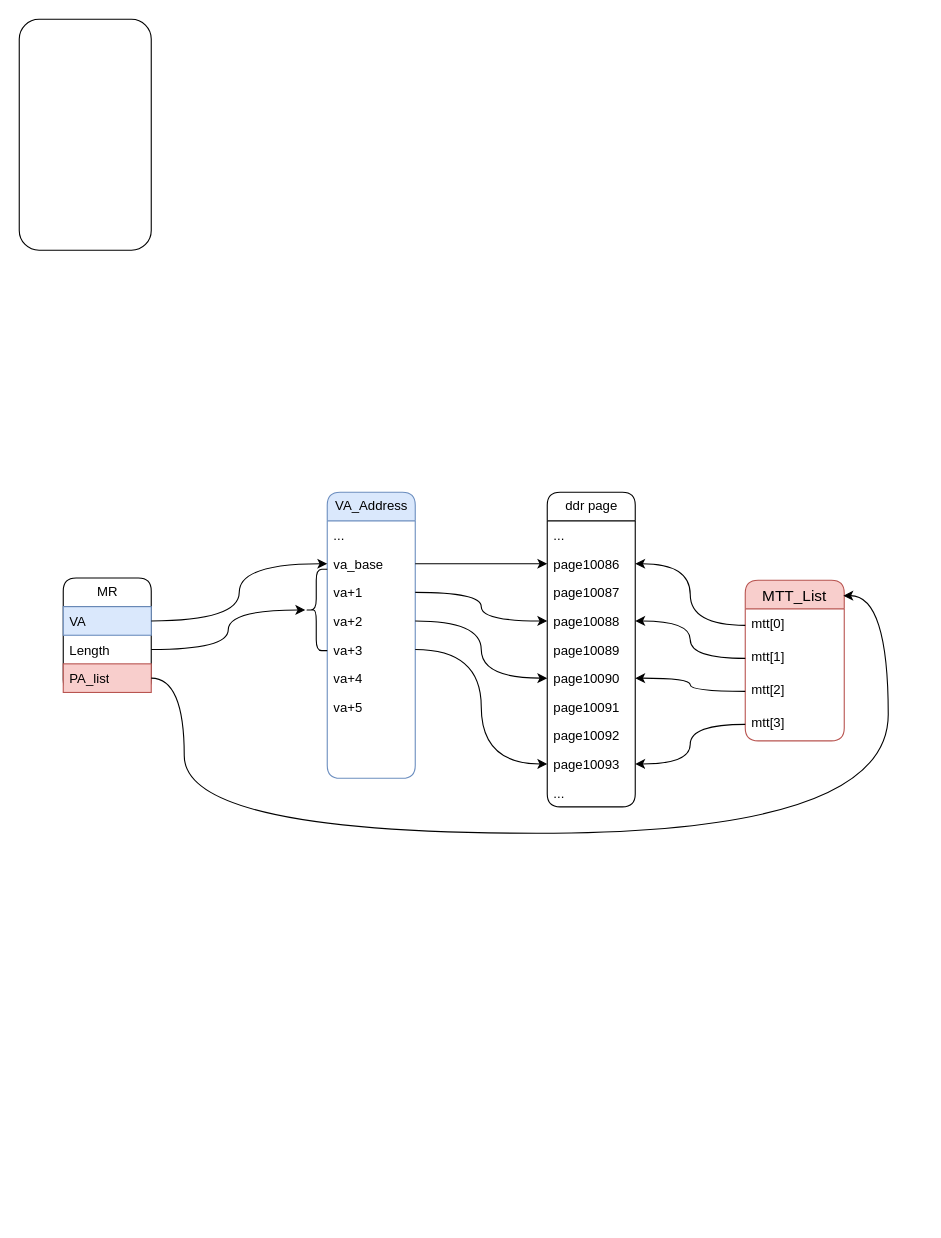
Earlier version of the draw.io diagram RDMA.drawio (raykwok1150/draw.io). Source tidied: cells renumbered, new cells numbered last; positions are measured from the earlier drawing's top-left corner, leaving out a move shared by most shapes. Both pictures are drawn from the tidied source at 110%, with x=0, y=0 at pixel (19, 19).
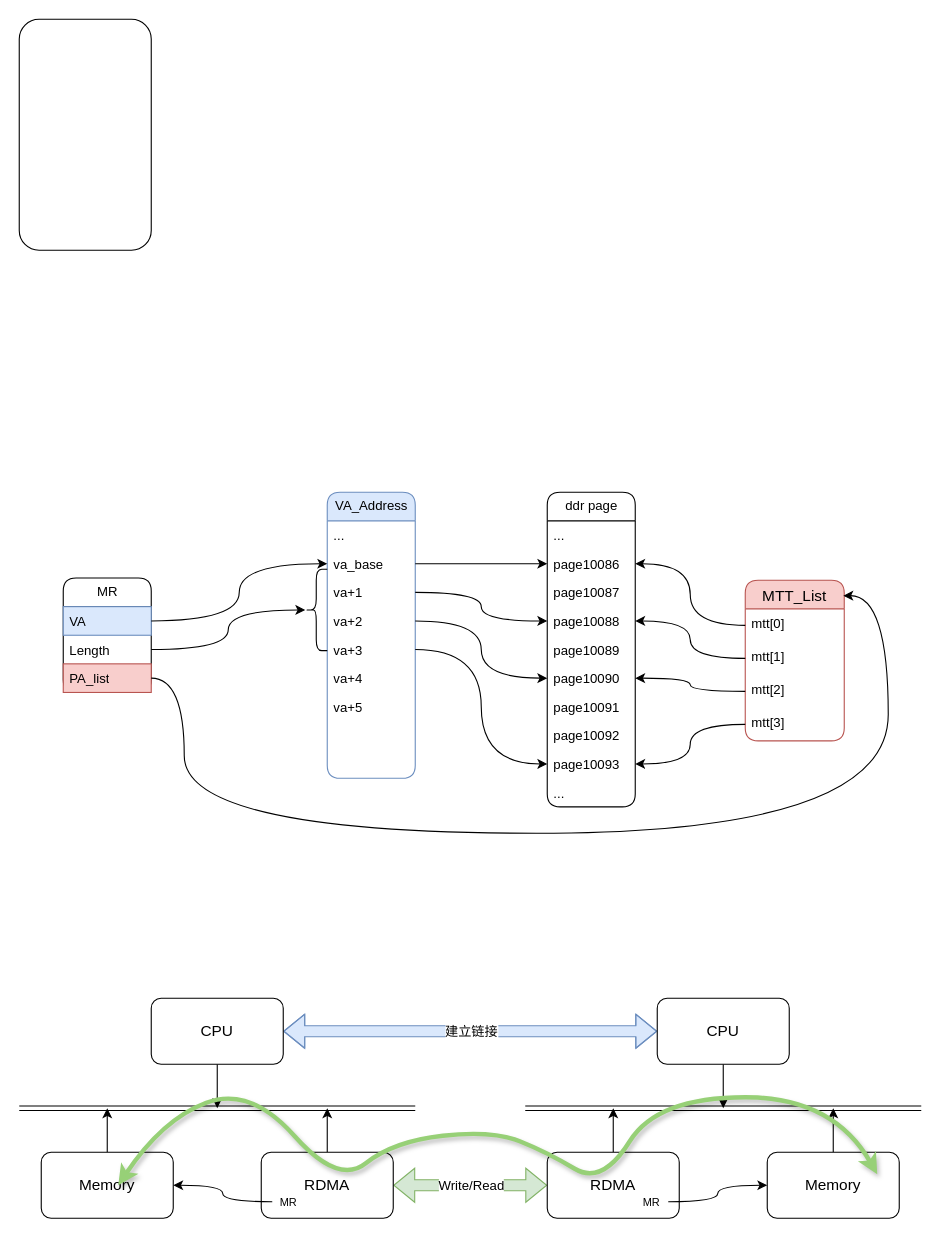
Above is the later version.

The edit, as a diff of the source:
```diff
@@
-    <mxCell id="7" value="VA_Address" style="swimlane;fontStyle=0;horizontal=1;startSize=26;fillColor=#dae8fc;html=1;strokeColor=#6c8ebf;rounded=1;" parent="1" vertex="1">
+    <mxCell id="7" value="VA_Address" style="swimlane;fontStyle=0;horizontal=1;startSize=26;fillColor=#dae8fc;html=1;strokeColor=#6c8ebf;rounded=1;shadow=0;glass=0;" parent="1" vertex="1">
       <mxGeometry x="280" y="430" width="80" height="260" as="geometry" />
     </mxCell>
@@
+    <mxCell id="45" style="edgeStyle=orthogonalEdgeStyle;rounded=0;jettySize=auto;html=1;exitX=0.5;exitY=0;exitDx=0;exitDy=0;" parent="1" edge="1" source="46">
+      <mxGeometry relative="1" as="geometry">
+        <mxPoint x="80" y="990" as="targetPoint" />
+      </mxGeometry>
+    </mxCell>
+    <mxCell id="46" value="&lt;font style=&quot;font-size: 14px;&quot;&gt;Memory&lt;/font&gt;" style="rounded=1;whiteSpace=wrap;html=1;" parent="1" vertex="1">
+      <mxGeometry x="20" y="1030" width="120" height="60" as="geometry" />
+    </mxCell>
+    <mxCell id="47" style="shape=link;html=1;rounded=0;" parent="1" edge="1">
+      <mxGeometry relative="1" as="geometry">
+        <mxPoint y="990" as="sourcePoint" />
+        <mxPoint x="360" y="990" as="targetPoint" />
+      </mxGeometry>
+    </mxCell>
+    <mxCell id="48" style="edgeStyle=orthogonalEdgeStyle;rounded=0;jettySize=auto;html=1;exitX=0.5;exitY=0;exitDx=0;exitDy=0;" parent="1" edge="1" source="51">
+      <mxGeometry relative="1" as="geometry">
+        <mxPoint x="280" y="990" as="targetPoint" />
+      </mxGeometry>
+    </mxCell>
+    <mxCell id="49" style="edgeStyle=orthogonalEdgeStyle;rounded=0;jettySize=auto;html=1;startArrow=classic;startFill=1;shape=flexArrow;fillColor=#d5e8d4;strokeColor=#82b366;" parent="1" edge="1" source="51" target="59">
+      <mxGeometry relative="1" as="geometry" />
+    </mxCell>
+    <mxCell id="50" value="Write/Read" style="edgeLabel;html=1;align=center;verticalAlign=middle;fontSize=12;" parent="49" vertex="1">
+      <mxGeometry x="-0.16" y="1" relative="1" as="geometry">
+        <mxPoint x="11" y="1" as="offset" />
+      </mxGeometry>
+    </mxCell>
+    <mxCell id="51" value="&lt;font style=&quot;font-size: 14px;&quot;&gt;RDMA&lt;/font&gt;" style="rounded=1;whiteSpace=wrap;html=1;" parent="1" vertex="1">
+      <mxGeometry x="220" y="1030" width="120" height="60" as="geometry" />
+    </mxCell>
+    <mxCell id="52" style="edgeStyle=orthogonalEdgeStyle;rounded=0;jettySize=auto;html=1;exitX=0.5;exitY=1;exitDx=0;exitDy=0;" parent="1" edge="1" source="55">
+      <mxGeometry relative="1" as="geometry">
+        <mxPoint x="180" y="990" as="targetPoint" />
+      </mxGeometry>
+    </mxCell>
+    <mxCell id="53" style="edgeStyle=orthogonalEdgeStyle;rounded=0;jettySize=auto;html=1;exitX=1;exitY=0.5;exitDx=0;exitDy=0;entryX=0;entryY=0.5;entryDx=0;entryDy=0;startArrow=classic;startFill=1;shape=flexArrow;fillColor=#dae8fc;strokeColor=#6c8ebf;" parent="1" edge="1" source="55" target="64">
+      <mxGeometry relative="1" as="geometry">
+        <Array as="points">
+          <mxPoint x="430" y="920" />
+          <mxPoint x="430" y="920" />
+        </Array>
+      </mxGeometry>
+    </mxCell>
+    <mxCell id="54" value="建立链接" style="edgeLabel;html=1;align=center;verticalAlign=middle;fontSize=12;" parent="53" vertex="1">
+      <mxGeometry x="-0.15" y="2" relative="1" as="geometry">
+        <mxPoint x="25" y="2" as="offset" />
+      </mxGeometry>
+    </mxCell>
+    <mxCell id="55" value="&lt;font style=&quot;font-size: 14px;&quot;&gt;CPU&lt;/font&gt;" style="rounded=1;whiteSpace=wrap;html=1;" parent="1" vertex="1">
+      <mxGeometry x="120" y="890" width="120" height="60" as="geometry" />
+    </mxCell>
+    <mxCell id="56" style="edgeStyle=orthogonalEdgeStyle;rounded=0;jettySize=auto;html=1;exitX=0;exitY=0.5;exitDx=0;exitDy=0;entryX=1;entryY=0.5;entryDx=0;entryDy=0;curved=1;" parent="1" edge="1" source="57" target="46">
+      <mxGeometry relative="1" as="geometry" />
+    </mxCell>
+    <mxCell id="57" value="&lt;font style=&quot;font-size: 10px;&quot;&gt;MR&lt;/font&gt;" style="text;html=1;align=center;verticalAlign=middle;whiteSpace=wrap;rounded=0;" parent="1" vertex="1">
+      <mxGeometry x="230" y="1060" width="30" height="30" as="geometry" />
+    </mxCell>
+    <mxCell id="58" style="edgeStyle=orthogonalEdgeStyle;rounded=0;jettySize=auto;html=1;exitX=0.5;exitY=0;exitDx=0;exitDy=0;" parent="1" edge="1" source="59">
+      <mxGeometry relative="1" as="geometry">
+        <mxPoint x="540" y="990" as="targetPoint" />
+      </mxGeometry>
+    </mxCell>
+    <mxCell id="59" value="&lt;font style=&quot;font-size: 14px;&quot;&gt;RDMA&lt;/font&gt;" style="rounded=1;whiteSpace=wrap;html=1;" parent="1" vertex="1">
+      <mxGeometry x="480" y="1030" width="120" height="60" as="geometry" />
+    </mxCell>
+    <mxCell id="60" style="shape=link;html=1;rounded=0;" parent="1" edge="1">
+      <mxGeometry relative="1" as="geometry">
+        <mxPoint x="460" y="990" as="sourcePoint" />
+        <mxPoint x="820" y="990" as="targetPoint" />
+      </mxGeometry>
+    </mxCell>
+    <mxCell id="61" style="edgeStyle=orthogonalEdgeStyle;rounded=0;jettySize=auto;html=1;exitX=0.5;exitY=0;exitDx=0;exitDy=0;" parent="1" edge="1" source="62">
+      <mxGeometry relative="1" as="geometry">
+        <mxPoint x="740" y="990" as="targetPoint" />
+      </mxGeometry>
+    </mxCell>
+    <mxCell id="62" value="&lt;font style=&quot;font-size: 14px;&quot;&gt;Memory&lt;/font&gt;" style="rounded=1;whiteSpace=wrap;html=1;" parent="1" vertex="1">
+      <mxGeometry x="680" y="1030" width="120" height="60" as="geometry" />
+    </mxCell>
+    <mxCell id="63" style="edgeStyle=orthogonalEdgeStyle;rounded=0;jettySize=auto;html=1;exitX=0.5;exitY=1;exitDx=0;exitDy=0;" parent="1" edge="1" source="64">
+      <mxGeometry relative="1" as="geometry">
+        <mxPoint x="640" y="990" as="targetPoint" />
+      </mxGeometry>
+    </mxCell>
+    <mxCell id="64" value="&lt;font style=&quot;font-size: 14px;&quot;&gt;CPU&lt;/font&gt;" style="rounded=1;whiteSpace=wrap;html=1;" parent="1" vertex="1">
+      <mxGeometry x="580" y="890" width="120" height="60" as="geometry" />
+    </mxCell>
+    <mxCell id="65" style="edgeStyle=orthogonalEdgeStyle;rounded=0;jettySize=auto;html=1;curved=1;" parent="1" edge="1" source="66" target="62">
+      <mxGeometry relative="1" as="geometry" />
+    </mxCell>
+    <mxCell id="66" value="&lt;font style=&quot;font-size: 10px;&quot;&gt;MR&lt;/font&gt;" style="text;html=1;align=center;verticalAlign=middle;whiteSpace=wrap;rounded=0;" parent="1" vertex="1">
+      <mxGeometry x="560" y="1060" width="30" height="30" as="geometry" />
+    </mxCell>
+    <mxCell id="67" style="curved=1;endArrow=classic;html=1;rounded=0;startArrow=classic;startFill=1;strokeWidth=4;strokeColor=#97D077;shadow=1;" parent="1" edge="1">
+      <mxGeometry relative="1" as="geometry">
+        <mxPoint x="90" y="1060" as="sourcePoint" />
+        <mxPoint x="780" y="1050" as="targetPoint" />
+        <Array as="points">
+          <mxPoint x="130" y="1000" />
+          <mxPoint x="210" y="970" />
+          <mxPoint x="290" y="1060" />
+          <mxPoint x="340" y="1020" />
+          <mxPoint x="430" y="1010" />
+          <mxPoint x="480" y="1030" />
+          <mxPoint x="530" y="1060" />
+          <mxPoint x="580" y="980" />
+          <mxPoint x="740" y="980" />
+        </Array>
+      </mxGeometry>
+    </mxCell>
```
